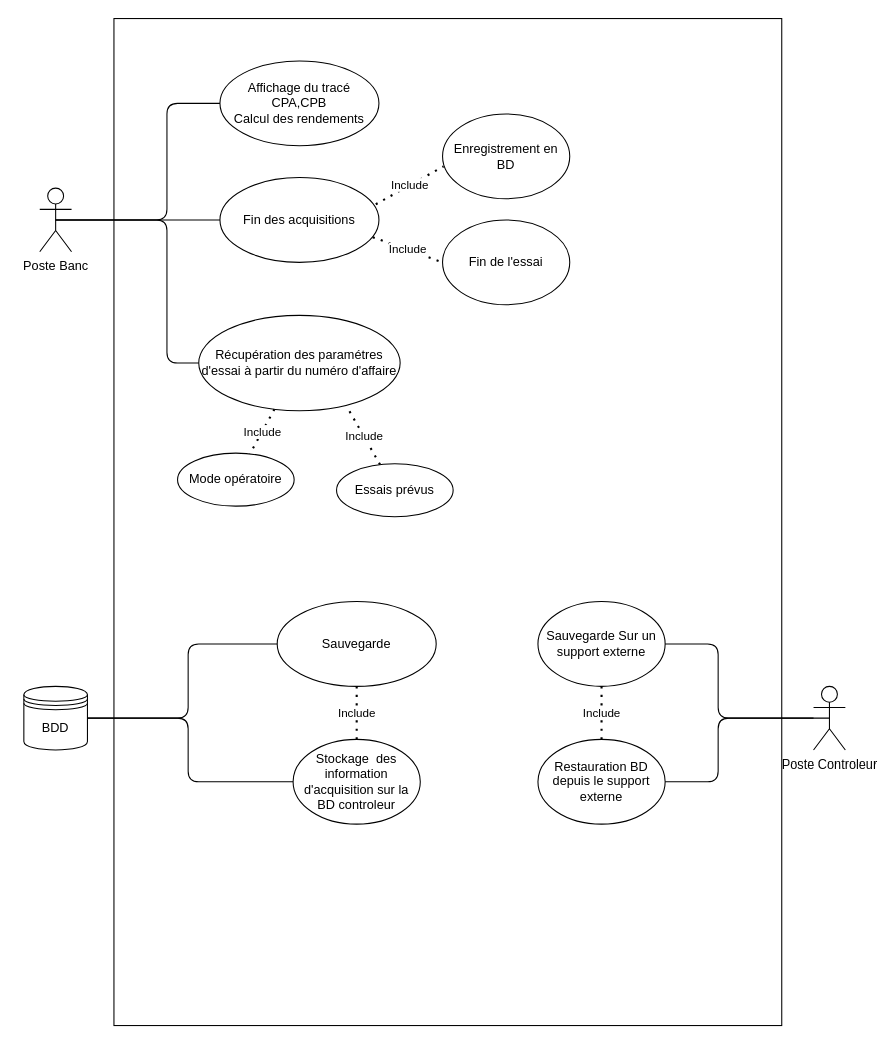
This is Analyse/Robin T/DiagrammeUtilisationRT.drawio from MRCThomas/testDeVerinSurBancHydraulique, a draw.io file, before an edit. Source tidied: cells renumbered, new cells numbered last; positions are measured from the earlier drawing's top-left corner, leaving out a move shared by most shapes. Both pictures are drawn from the tidied source at 106%, with x=0, y=0 at pixel (23, 18).
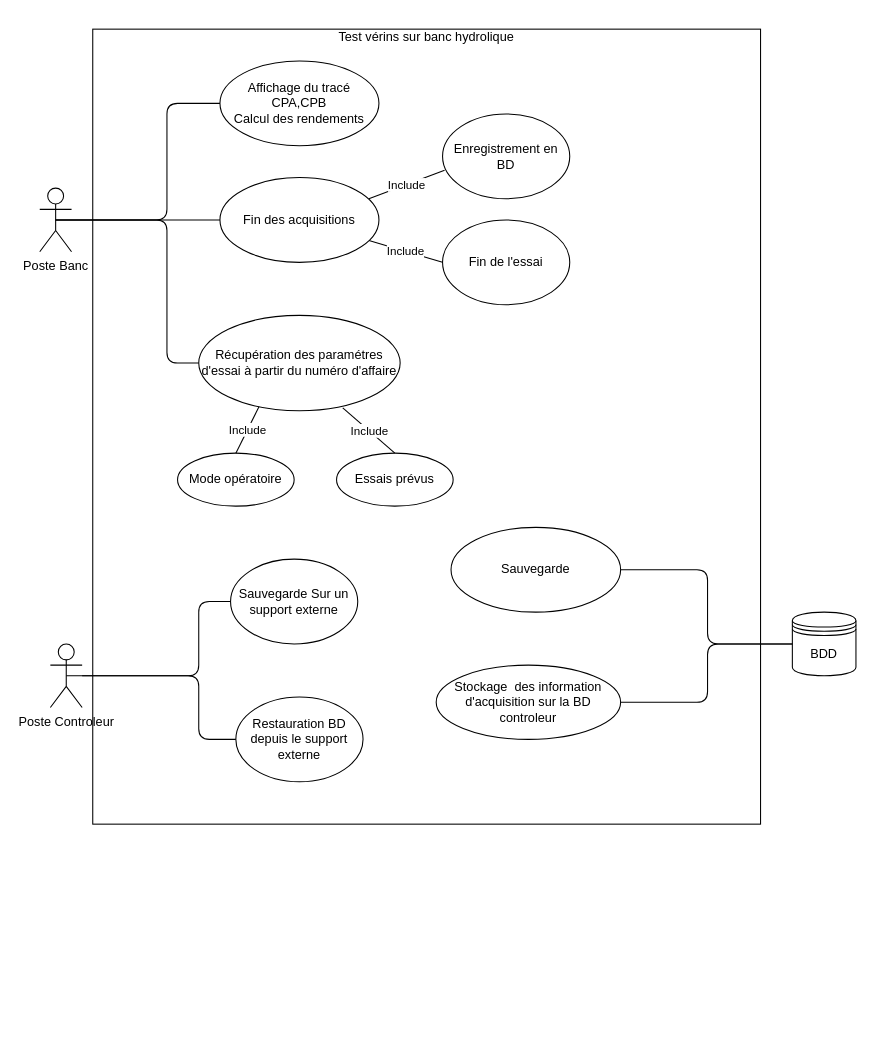
Above is the later version.

The change refers to these unchanged cells:
```xml
<mxCell id="5" value="Récupération des paramétres d'essai à partir du numéro d'affaire" style="ellipse;whiteSpace=wrap;html=1;" parent="1" vertex="1">
  <mxGeometry x="165" y="280" width="190" height="90" as="geometry" />
</mxCell>
<mxCell id="9" value="Mode opératoire" style="ellipse;whiteSpace=wrap;html=1;" parent="1" vertex="1">
  <mxGeometry x="145" y="410" width="110" height="50" as="geometry" />
</mxCell>
<mxCell id="12" value="Fin des acquisitions" style="ellipse;whiteSpace=wrap;html=1;" parent="1" vertex="1">
  <mxGeometry x="185" y="150" width="150" height="80" as="geometry" />
</mxCell>
<mxCell id="18" value="Enregistrement en BD" style="ellipse;whiteSpace=wrap;html=1;" parent="1" vertex="1">
  <mxGeometry x="395" y="90" width="120" height="80" as="geometry" />
</mxCell>
<mxCell id="19" value="Fin de l'essai" style="ellipse;whiteSpace=wrap;html=1;" parent="1" vertex="1">
  <mxGeometry x="395" y="190" width="120" height="80" as="geometry" />
</mxCell>
```

What changed in the source:
```diff
@@
-    <mxCell id="3" style="rounded=0;whiteSpace=wrap;html=1;" parent="1" vertex="1">
-      <mxGeometry x="85" width="630" height="950" as="geometry" />
+    <mxCell id="3" value="Test vérins sur banc hydrolique&lt;br&gt;&lt;br&gt;&lt;br&gt;&lt;br&gt;&lt;br&gt;&lt;br&gt;&lt;br&gt;&lt;br&gt;&lt;br&gt;&lt;br&gt;&lt;br&gt;&lt;br&gt;&lt;br&gt;&lt;br&gt;&lt;br&gt;&lt;br&gt;&lt;br&gt;&lt;br&gt;&lt;br&gt;&lt;br&gt;&lt;br&gt;&lt;br&gt;&lt;br&gt;&lt;br&gt;&lt;br&gt;&lt;br&gt;&lt;br&gt;&lt;br&gt;&lt;br&gt;&lt;br&gt;&lt;br&gt;&lt;br&gt;&lt;br&gt;&lt;br&gt;&lt;br&gt;&lt;br&gt;&lt;br&gt;&lt;br&gt;&lt;br&gt;&lt;br&gt;&lt;br&gt;&lt;br&gt;&lt;br&gt;&lt;br&gt;&lt;br&gt;&lt;br&gt;&lt;br&gt;&lt;br&gt;&lt;br&gt;&lt;br&gt;&lt;br&gt;&lt;br&gt;" style="rounded=0;whiteSpace=wrap;html=1;" parent="1" vertex="1">
+      <mxGeometry x="65" y="10" width="630" height="750" as="geometry" />
     </mxCell>
     <mxCell id="4" value="Poste Controleur" style="shape=umlActor;html=1;verticalLabelPosition=bottom;verticalAlign=top;align=center;" parent="1" vertex="1">
-      <mxGeometry x="745" y="630" width="30" height="60" as="geometry" />
+      <mxGeometry x="25" y="590" width="30" height="60" as="geometry" />
     </mxCell>
@@
-    <mxCell id="7" value="Include" style="endArrow=none;dashed=1;html=1;dashPattern=1 3;strokeWidth=2;entryX=0.736;entryY=0.959;entryDx=0;entryDy=0;entryPerimeter=0;" parent="1" edge="1" source="10" target="5">
-      <mxGeometry relative="1" as="geometry" />
-    </mxCell>
-    <mxCell id="8" value="Include" style="endArrow=none;dashed=1;html=1;dashPattern=1 3;strokeWidth=2;" parent="1" edge="1" source="5" target="9">
-      <mxGeometry relative="1" as="geometry" />
-    </mxCell>
@@
     <mxCell id="10" value="Essais prévus" style="ellipse;whiteSpace=wrap;html=1;" parent="1" vertex="1">
-      <mxGeometry x="295" y="420" width="110" height="50" as="geometry" />
+      <mxGeometry x="295" y="410" width="110" height="50" as="geometry" />
     </mxCell>
@@
     <mxCell id="13" value="Sauvegarde" style="ellipse;whiteSpace=wrap;html=1;" parent="1" vertex="1">
-      <mxGeometry x="239" y="550" width="150" height="80" as="geometry" />
+      <mxGeometry x="403" y="480" width="160" height="80" as="geometry" />
     </mxCell>
@@
-    <mxCell id="16" value="Include" style="endArrow=none;dashed=1;html=1;dashPattern=1 3;strokeWidth=2;entryX=0.008;entryY=0.618;entryDx=0;entryDy=0;entryPerimeter=0;exitX=0.98;exitY=0.315;exitDx=0;exitDy=0;exitPerimeter=0;" parent="1" edge="1" source="12" target="18">
-      <mxGeometry relative="1" as="geometry" />
-    </mxCell>
-    <mxCell id="17" value="Include" style="endArrow=none;dashed=1;html=1;dashPattern=1 3;strokeWidth=2;entryX=0;entryY=0.5;entryDx=0;entryDy=0;exitX=0.961;exitY=0.703;exitDx=0;exitDy=0;exitPerimeter=0;" parent="1" edge="1" source="12" target="19">
-      <mxGeometry relative="1" as="geometry" />
-    </mxCell>
@@
-    <mxCell id="20" value="Include" style="endArrow=none;dashed=1;html=1;dashPattern=1 3;strokeWidth=2;entryX=0.5;entryY=0;entryDx=0;entryDy=0;exitX=0.5;exitY=1;exitDx=0;exitDy=0;" parent="1" edge="1" source="13" target="21">
-      <mxGeometry relative="1" as="geometry" />
-    </mxCell>
     <mxCell id="21" value="Stockage&amp;nbsp; des information d'acquisition sur la BD controleur" style="ellipse;whiteSpace=wrap;html=1;" parent="1" vertex="1">
-      <mxGeometry x="254" y="680" width="120" height="80" as="geometry" />
+      <mxGeometry x="389" y="610" width="174" height="70" as="geometry" />
     </mxCell>
     <mxCell id="22" value="Restauration BD depuis le support externe" style="ellipse;whiteSpace=wrap;html=1;" parent="1" vertex="1">
-      <mxGeometry x="485" y="680" width="120" height="80" as="geometry" />
+      <mxGeometry x="200" y="640" width="120" height="80" as="geometry" />
     </mxCell>
     <mxCell id="23" value="Sauvegarde Sur un support externe" style="ellipse;whiteSpace=wrap;html=1;" parent="1" vertex="1">
-      <mxGeometry x="485" y="550" width="120" height="80" as="geometry" />
+      <mxGeometry x="195" y="510" width="120" height="80" as="geometry" />
     </mxCell>
-    <mxCell id="24" style="endArrow=none;html=1;entryX=1;entryY=0.5;entryDx=0;entryDy=0;exitX=0.5;exitY=0.5;exitDx=0;exitDy=0;exitPerimeter=0;" parent="1" edge="1" source="4" target="23">
+    <mxCell id="24" style="endArrow=none;html=1;entryX=0;entryY=0.5;entryDx=0;entryDy=0;exitX=0.5;exitY=0.5;exitDx=0;exitDy=0;exitPerimeter=0;" parent="1" edge="1" source="4" target="23">
       <mxGeometry relative="1" as="geometry">
         <Array as="points">
-          <mxPoint x="655" y="660" />
-          <mxPoint x="655" y="590" />
+          <mxPoint x="165" y="620" />
+          <mxPoint x="165" y="550" />
         </Array>
       </mxGeometry>
     </mxCell>
-    <mxCell id="25" style="endArrow=none;html=1;exitX=1;exitY=0.5;exitDx=0;exitDy=0;" parent="1" edge="1" source="22" target="4">
+    <mxCell id="25" style="endArrow=none;html=1;exitX=0;exitY=0.5;exitDx=0;exitDy=0;" parent="1" edge="1" source="22" target="4">
       <mxGeometry relative="1" as="geometry">
         <Array as="points">
-          <mxPoint x="655" y="720" />
-          <mxPoint x="655" y="660" />
+          <mxPoint x="165" y="680" />
+          <mxPoint x="165" y="620" />
         </Array>
       </mxGeometry>
     </mxCell>
-    <mxCell id="26" value="Include" style="endArrow=none;dashed=1;html=1;dashPattern=1 3;strokeWidth=2;exitX=0.5;exitY=1;exitDx=0;exitDy=0;entryX=0.5;entryY=0;entryDx=0;entryDy=0;" parent="1" edge="1" source="23" target="22">
-      <mxGeometry relative="1" as="geometry" />
-    </mxCell>
     <mxCell id="27" value="BDD" style="shape=datastore;whiteSpace=wrap;html=1;" parent="1" vertex="1">
-      <mxGeometry y="630" width="60" height="60" as="geometry" />
+      <mxGeometry x="725" y="560" width="60" height="60" as="geometry" />
     </mxCell>
-    <mxCell id="28" style="endArrow=none;html=1;exitX=1;exitY=0.5;exitDx=0;exitDy=0;entryX=0;entryY=0.5;entryDx=0;entryDy=0;" parent="1" edge="1" source="27" target="13">
+    <mxCell id="28" style="endArrow=none;html=1;exitX=0;exitY=0.5;exitDx=0;exitDy=0;entryX=1;entryY=0.5;entryDx=0;entryDy=0;" parent="1" edge="1" source="27" target="13">
       <mxGeometry relative="1" as="geometry">
         <Array as="points">
-          <mxPoint x="155" y="660" />
-          <mxPoint x="155" y="590" />
+          <mxPoint x="645" y="590" />
+          <mxPoint x="645" y="520" />
         </Array>
       </mxGeometry>
     </mxCell>
-    <mxCell id="29" style="endArrow=none;html=1;exitX=1;exitY=0.5;exitDx=0;exitDy=0;entryX=0;entryY=0.5;entryDx=0;entryDy=0;" parent="1" edge="1" source="27" target="21">
+    <mxCell id="29" style="endArrow=none;html=1;exitX=0;exitY=0.5;exitDx=0;exitDy=0;entryX=1;entryY=0.5;entryDx=0;entryDy=0;" parent="1" edge="1" source="27" target="21">
       <mxGeometry relative="1" as="geometry">
         <Array as="points">
-          <mxPoint x="155" y="660" />
-          <mxPoint x="155" y="720" />
+          <mxPoint x="645" y="590" />
+          <mxPoint x="645" y="645" />
         </Array>
       </mxGeometry>
     </mxCell>
+    <mxCell id="17" value="Include" style="endArrow=none;html=1;entryX=0;entryY=0.5;entryDx=0;entryDy=0;" parent="1" edge="1" source="12" target="19">
+      <mxGeometry relative="1" as="geometry" />
+    </mxCell>
+    <mxCell id="30" value="Include" style="endArrow=none;html=1;entryX=0.016;entryY=0.665;entryDx=0;entryDy=0;entryPerimeter=0;" parent="1" edge="1" target="18">
+      <mxGeometry relative="1" as="geometry">
+        <mxPoint x="325.5" y="170" as="sourcePoint" />
+      </mxGeometry>
+    </mxCell>
+    <mxCell id="8" value="Include" style="endArrow=none;html=1;entryX=0.5;entryY=0;entryDx=0;entryDy=0;exitX=0.299;exitY=0.958;exitDx=0;exitDy=0;exitPerimeter=0;" parent="1" edge="1" source="5" target="9">
+      <mxGeometry relative="1" as="geometry" />
+    </mxCell>
+    <mxCell id="31" value="Include" style="endArrow=none;html=1;entryX=0.5;entryY=0;entryDx=0;entryDy=0;exitX=0.715;exitY=0.969;exitDx=0;exitDy=0;exitPerimeter=0;" parent="1" edge="1" source="5" target="10">
+      <mxGeometry relative="1" as="geometry" />
+    </mxCell>
```
